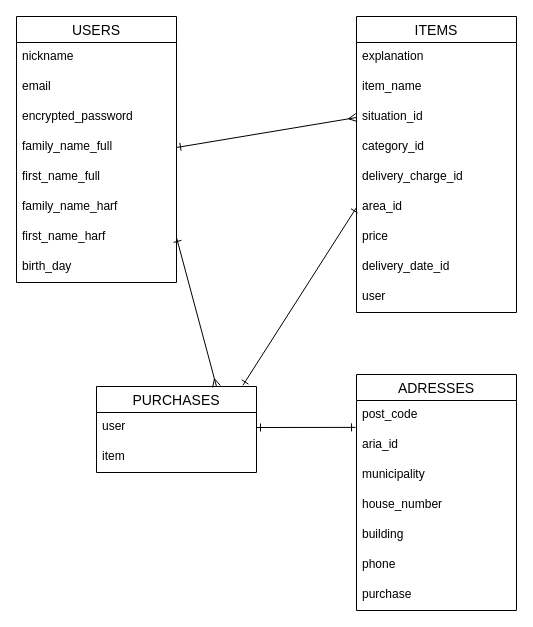
Above: furima-er.dio in toribettori/furima-38359 (draw.io), before the change. Source tidied: cells renumbered, new cells numbered last; positions are measured from the earlier drawing's top-left corner, leaving out a move shared by most shapes. Both pictures are drawn from the tidied source at 100%, with x=0, y=0 at pixel (16, 16).
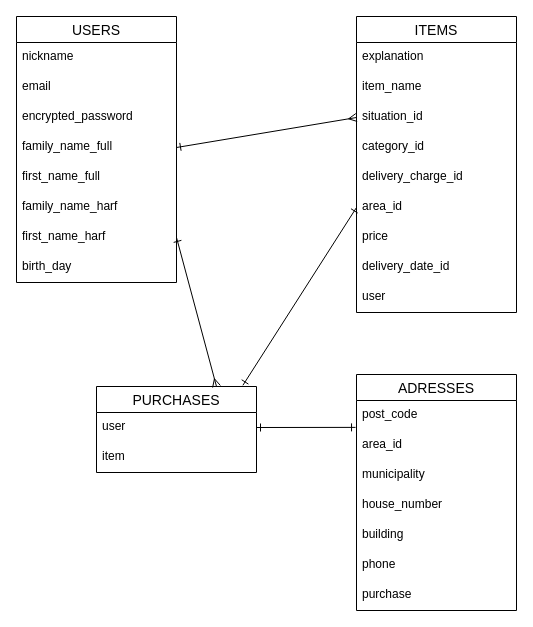
The same page after the edit.

Commit message:
er図とread meの修正#4

Unchanged cells that the change refers to:
```xml
<mxCell id="28" value="ADRESSES" style="swimlane;fontStyle=0;horizontal=1;startSize=26;align=center;fontSize=14;strokeColor=default;" parent="1" vertex="1">
  <mxGeometry x="340" y="358" width="160" height="236" as="geometry" />
</mxCell>
```

Diff of the diagram source:
```diff
@@
-    <mxCell id="30" value="aria_id" style="text;strokeColor=none;fillColor=none;spacingLeft=4;spacingRight=4;overflow=hidden;points=[[0,0.5],[1,0.5]];portConstraint=eastwest;fontSize=12;" parent="28" vertex="1">
+    <mxCell id="30" value="area_id" style="text;strokeColor=none;fillColor=none;spacingLeft=4;spacingRight=4;overflow=hidden;points=[[0,0.5],[1,0.5]];portConstraint=eastwest;fontSize=12;" parent="28" vertex="1">
       <mxGeometry y="56" width="160" height="30" as="geometry" />
     </mxCell>
```
